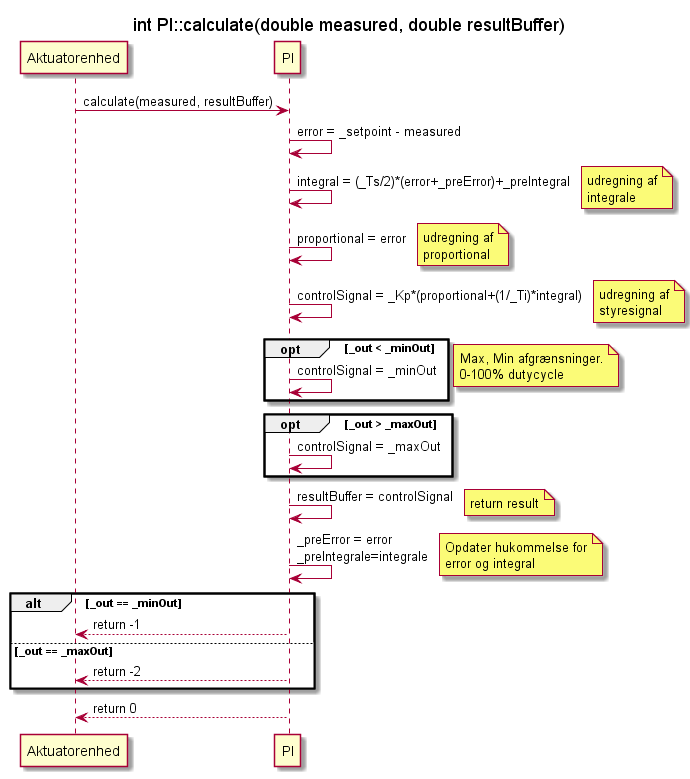
Above: Design/Akutuator enhed/Software/out/PI/SD_PI_calculate/PI_calculate.png in Solvgraa-mager/E4PRJ4 (PlantUML), before the change.
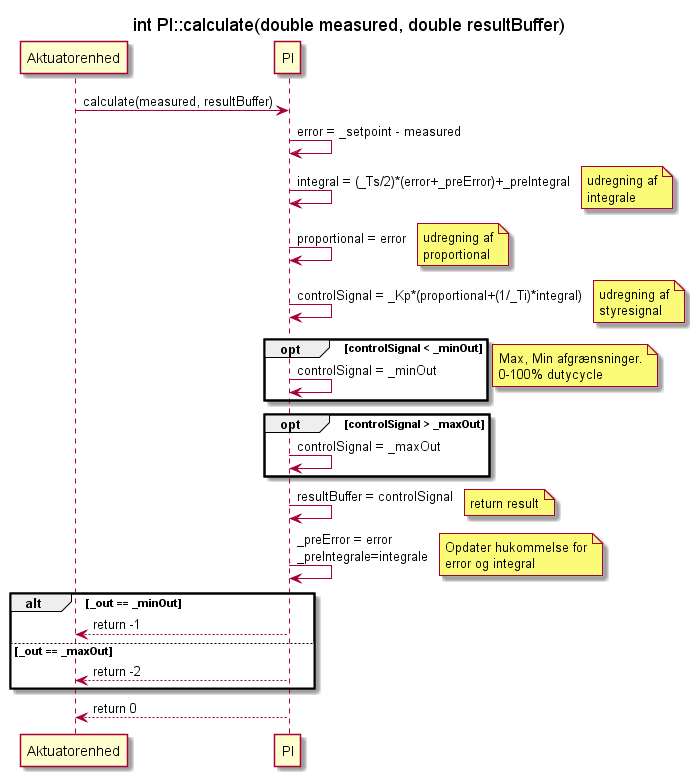
The same file after the commit.

Change to the diagram source:
```diff
@@ -16,11 +16,11 @@
 PI -> PI : controlSignal = _Kp*(proportional+(1/_Ti)*integral)
 note right : udregning af\nstyresignal
 
-opt _out < _minOut
+opt controlSignal < _minOut
     PI -> PI : controlSignal = _minOut
 end
 note right : Max, Min afgrænsninger.\n0-100% dutycycle
-opt _out > _maxOut
+opt controlSignal > _maxOut
     PI -> PI : controlSignal = _maxOut
 end
 PI -> PI :resultBuffer = controlSignal
```
